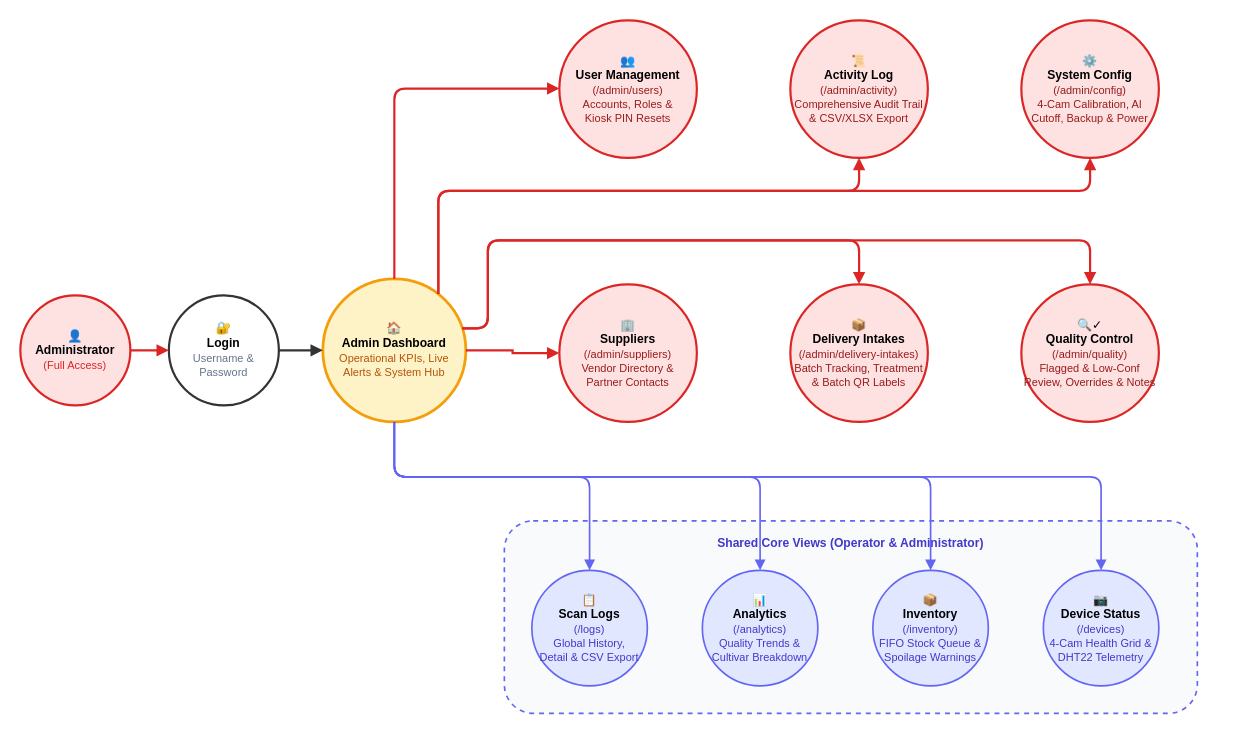
Earlier version of the draw.io diagram docs/bananavision-docs/docs/workflows/workflow_admin.drawio (BlackShark404/BananaVision). Source tidied: cells renumbered, new cells numbered last; positions are measured from the earlier drawing's top-left corner, leaving out a move shared by most shapes. Both pictures are drawn from the tidied source at 110%, with x=0, y=0 at pixel (20, 20).
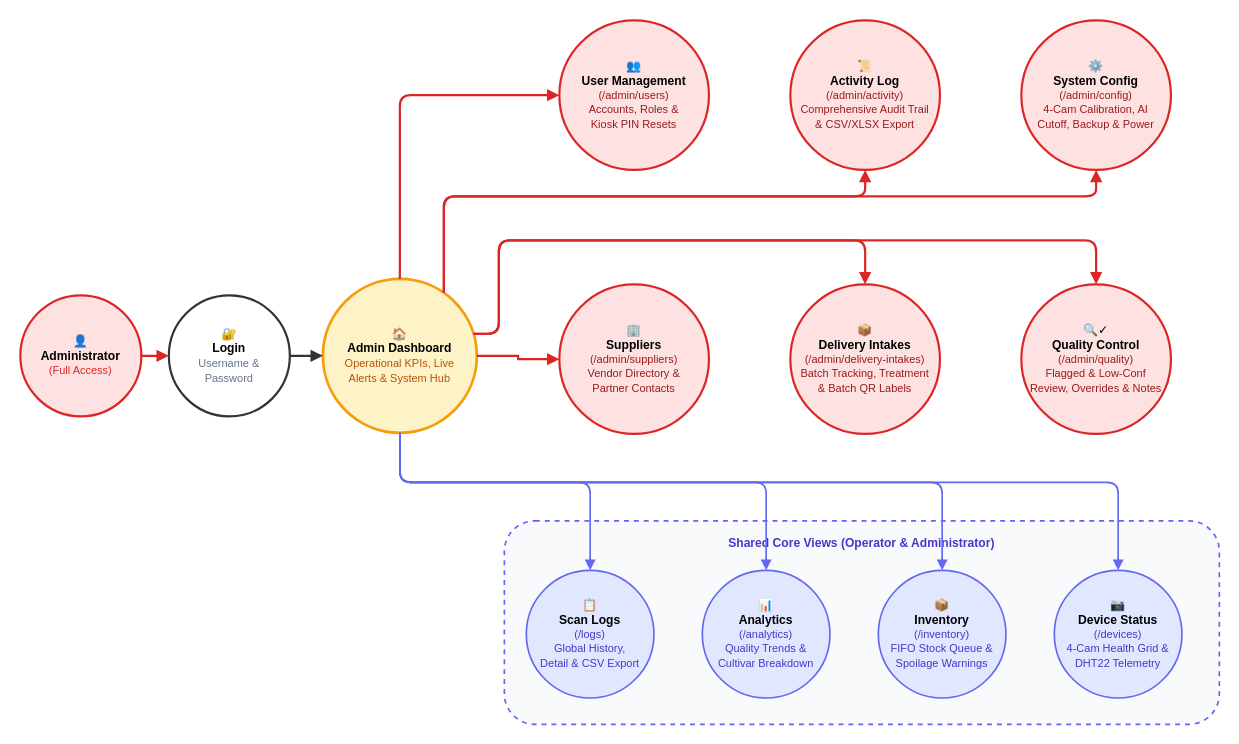
After the change.

Commit message (it also covers changes not shown here):
docs: update IoT and workflow diagram layouts and node dimensions

The edit, as a diff of the source:
```diff
@@
-    <mxCell id="2" value="👤&lt;br&gt;&lt;b&gt;Administrator&lt;/b&gt;&lt;br&gt;&lt;font color=&quot;#dc2626&quot; style=&quot;font-size: 10px;&quot;&gt;(Full Access)&lt;/font&gt;" style="ellipse;whiteSpace=wrap;html=1;fillColor=#fee2e2;strokeColor=#dc2626;strokeWidth=2;fontSize=11;" parent="1" vertex="1">
-      <mxGeometry y="250" width="100" height="100" as="geometry" />
+    <mxCell id="2" value="👤&lt;br&gt;&lt;b&gt;Administrator&lt;/b&gt;&lt;br&gt;&lt;font color=&quot;#dc2626&quot; style=&quot;font-size: 10px;&quot;&gt;(Full Access)&lt;/font&gt;" style="ellipse;whiteSpace=wrap;html=1;fillColor=#fee2e2;strokeColor=#dc2626;strokeWidth=2;fontSize=11;spacing=2;" parent="1" vertex="1">
+      <mxGeometry y="250" width="110" height="110" as="geometry" />
     </mxCell>
-    <mxCell id="3" value="🔐&lt;br&gt;&lt;b&gt;Login&lt;/b&gt;&lt;br&gt;&lt;font color=&quot;#64748b&quot; style=&quot;font-size: 10px;&quot;&gt;Username &amp;amp;&lt;br&gt;Password&lt;/font&gt;" style="ellipse;whiteSpace=wrap;html=1;fillColor=#ffffff;strokeColor=#333333;strokeWidth=2;fontSize=11;" parent="1" vertex="1">
-      <mxGeometry x="135" y="250" width="100" height="100" as="geometry" />
+    <mxCell id="3" value="🔐&lt;br&gt;&lt;b&gt;Login&lt;/b&gt;&lt;br&gt;&lt;font color=&quot;#64748b&quot; style=&quot;font-size: 10px;&quot;&gt;Username &amp;amp;&lt;br&gt;Password&lt;/font&gt;" style="ellipse;whiteSpace=wrap;html=1;fillColor=#ffffff;strokeColor=#333333;strokeWidth=2;fontSize=11;spacing=2;" parent="1" vertex="1">
+      <mxGeometry x="135" y="250" width="110" height="110" as="geometry" />
     </mxCell>
-    <mxCell id="4" value="🏠&lt;br&gt;&lt;b&gt;Admin Dashboard&lt;/b&gt;&lt;br&gt;&lt;font color=&quot;#b45309&quot; style=&quot;font-size: 10px;&quot;&gt;Operational KPIs, Live&lt;br&gt;Alerts &amp;amp; System Hub&lt;/font&gt;" style="ellipse;whiteSpace=wrap;html=1;fillColor=#fef3c7;strokeColor=#f59e0b;strokeWidth=2.5;fontSize=11;" parent="1" vertex="1">
-      <mxGeometry x="275" y="235" width="130" height="130" as="geometry" />
+    <mxCell id="4" value="🏠&lt;br&gt;&lt;b&gt;Admin Dashboard&lt;/b&gt;&lt;br&gt;&lt;font color=&quot;#b45309&quot; style=&quot;font-size: 10px;&quot;&gt;Operational KPIs, Live&lt;br&gt;Alerts &amp;amp; System Hub&lt;/font&gt;" style="ellipse;whiteSpace=wrap;html=1;fillColor=#fef3c7;strokeColor=#f59e0b;strokeWidth=2.5;fontSize=11;spacing=3;" parent="1" vertex="1">
+      <mxGeometry x="275" y="235" width="140" height="140" as="geometry" />
     </mxCell>
-    <mxCell id="5" value="👥&lt;br&gt;&lt;b&gt;User Management&lt;/b&gt;&lt;br&gt;&lt;font color=&quot;#991b1b&quot; style=&quot;font-size: 10px;&quot;&gt;(/admin/users)&lt;br&gt;Accounts, Roles &amp;amp;&lt;br&gt;Kiosk PIN Resets&lt;/font&gt;" style="ellipse;whiteSpace=wrap;html=1;fillColor=#fee2e2;strokeColor=#dc2626;strokeWidth=2;fontSize=11;" parent="1" vertex="1">
-      <mxGeometry x="490" width="125" height="125" as="geometry" />
+    <mxCell id="5" value="👥&lt;br&gt;&lt;b&gt;User Management&lt;/b&gt;&lt;br&gt;&lt;font color=&quot;#991b1b&quot; style=&quot;font-size: 10px;&quot;&gt;(/admin/users)&lt;br&gt;Accounts, Roles &amp;amp;&lt;br&gt;Kiosk PIN Resets&lt;/font&gt;" style="ellipse;whiteSpace=wrap;html=1;fillColor=#fee2e2;strokeColor=#dc2626;strokeWidth=2;fontSize=11;spacing=3;" parent="1" vertex="1">
+      <mxGeometry x="490" width="136" height="136" as="geometry" />
     </mxCell>
-    <mxCell id="6" value="📜&lt;br&gt;&lt;b&gt;Activity Log&lt;/b&gt;&lt;br&gt;&lt;font color=&quot;#991b1b&quot; style=&quot;font-size: 10px;&quot;&gt;(/admin/activity)&lt;br&gt;Comprehensive Audit Trail&lt;br&gt;&amp;amp; CSV/XLSX Export&lt;/font&gt;" style="ellipse;whiteSpace=wrap;html=1;fillColor=#fee2e2;strokeColor=#dc2626;strokeWidth=2;fontSize=11;" parent="1" vertex="1">
-      <mxGeometry x="700" width="125" height="125" as="geometry" />
+    <mxCell id="6" value="📜&lt;br&gt;&lt;b&gt;Activity Log&lt;/b&gt;&lt;br&gt;&lt;font color=&quot;#991b1b&quot; style=&quot;font-size: 10px;&quot;&gt;(/admin/activity)&lt;br&gt;Comprehensive Audit Trail&lt;br&gt;&amp;amp; CSV/XLSX Export&lt;/font&gt;" style="ellipse;whiteSpace=wrap;html=1;fillColor=#fee2e2;strokeColor=#dc2626;strokeWidth=2;fontSize=11;spacing=3;" parent="1" vertex="1">
+      <mxGeometry x="700" width="136" height="136" as="geometry" />
     </mxCell>
-    <mxCell id="7" value="⚙️&lt;br&gt;&lt;b&gt;System Config&lt;/b&gt;&lt;br&gt;&lt;font color=&quot;#991b1b&quot; style=&quot;font-size: 10px;&quot;&gt;(/admin/config)&lt;br&gt;4-Cam Calibration, AI&lt;br&gt;Cutoff, Backup &amp;amp; Power&lt;/font&gt;" style="ellipse;whiteSpace=wrap;html=1;fillColor=#fee2e2;strokeColor=#dc2626;strokeWidth=2;fontSize=11;" parent="1" vertex="1">
-      <mxGeometry x="910" width="125" height="125" as="geometry" />
+    <mxCell id="7" value="⚙️&lt;br&gt;&lt;b&gt;System Config&lt;/b&gt;&lt;br&gt;&lt;font color=&quot;#991b1b&quot; style=&quot;font-size: 10px;&quot;&gt;(/admin/config)&lt;br&gt;4-Cam Calibration, AI&lt;br&gt;Cutoff, Backup &amp;amp; Power&lt;/font&gt;" style="ellipse;whiteSpace=wrap;html=1;fillColor=#fee2e2;strokeColor=#dc2626;strokeWidth=2;fontSize=11;spacing=3;" parent="1" vertex="1">
+      <mxGeometry x="910" width="136" height="136" as="geometry" />
     </mxCell>
-    <mxCell id="8" value="🏢&lt;br&gt;&lt;b&gt;Suppliers&lt;/b&gt;&lt;br&gt;&lt;font color=&quot;#991b1b&quot; style=&quot;font-size: 10px;&quot;&gt;(/admin/suppliers)&lt;br&gt;Vendor Directory &amp;amp;&lt;br&gt;Partner Contacts&lt;/font&gt;" style="ellipse;whiteSpace=wrap;html=1;fillColor=#fee2e2;strokeColor=#dc2626;strokeWidth=2;fontSize=11;" parent="1" vertex="1">
-      <mxGeometry x="490" y="240" width="125" height="125" as="geometry" />
+    <mxCell id="8" value="🏢&lt;br&gt;&lt;b&gt;Suppliers&lt;/b&gt;&lt;br&gt;&lt;font color=&quot;#991b1b&quot; style=&quot;font-size: 10px;&quot;&gt;(/admin/suppliers)&lt;br&gt;Vendor Directory &amp;amp;&lt;br&gt;Partner Contacts&lt;/font&gt;" style="ellipse;whiteSpace=wrap;html=1;fillColor=#fee2e2;strokeColor=#dc2626;strokeWidth=2;fontSize=11;spacing=3;" parent="1" vertex="1">
+      <mxGeometry x="490" y="240" width="136" height="136" as="geometry" />
     </mxCell>
-    <mxCell id="9" value="📦&lt;br&gt;&lt;b&gt;Delivery Intakes&lt;/b&gt;&lt;br&gt;&lt;font color=&quot;#991b1b&quot; style=&quot;font-size: 10px;&quot;&gt;(/admin/delivery-intakes)&lt;br&gt;Batch Tracking, Treatment&lt;br&gt;&amp;amp; Batch QR Labels&lt;/font&gt;" style="ellipse;whiteSpace=wrap;html=1;fillColor=#fee2e2;strokeColor=#dc2626;strokeWidth=2;fontSize=11;" parent="1" vertex="1">
-      <mxGeometry x="700" y="240" width="125" height="125" as="geometry" />
+    <mxCell id="9" value="📦&lt;br&gt;&lt;b&gt;Delivery Intakes&lt;/b&gt;&lt;br&gt;&lt;font color=&quot;#991b1b&quot; style=&quot;font-size: 10px;&quot;&gt;(/admin/delivery-intakes)&lt;br&gt;Batch Tracking, Treatment&lt;br&gt;&amp;amp; Batch QR Labels&lt;/font&gt;" style="ellipse;whiteSpace=wrap;html=1;fillColor=#fee2e2;strokeColor=#dc2626;strokeWidth=2;fontSize=11;spacing=3;" parent="1" vertex="1">
+      <mxGeometry x="700" y="240" width="136" height="136" as="geometry" />
     </mxCell>
-    <mxCell id="10" value="🔍✓&lt;br&gt;&lt;b&gt;Quality Control&lt;/b&gt;&lt;br&gt;&lt;font color=&quot;#991b1b&quot; style=&quot;font-size: 10px;&quot;&gt;(/admin/quality)&lt;br&gt;Flagged &amp;amp; Low-Conf&lt;br&gt;Review, Overrides &amp;amp; Notes&lt;/font&gt;" style="ellipse;whiteSpace=wrap;html=1;fillColor=#fee2e2;strokeColor=#dc2626;strokeWidth=2;fontSize=11;" parent="1" vertex="1">
-      <mxGeometry x="910" y="240" width="125" height="125" as="geometry" />
+    <mxCell id="10" value="🔍✓&lt;br&gt;&lt;b&gt;Quality Control&lt;/b&gt;&lt;br&gt;&lt;font color=&quot;#991b1b&quot; style=&quot;font-size: 10px;&quot;&gt;(/admin/quality)&lt;br&gt;Flagged &amp;amp; Low-Conf&lt;br&gt;Review, Overrides &amp;amp; Notes&lt;/font&gt;" style="ellipse;whiteSpace=wrap;html=1;fillColor=#fee2e2;strokeColor=#dc2626;strokeWidth=2;fontSize=11;spacing=3;" parent="1" vertex="1">
+      <mxGeometry x="910" y="240" width="136" height="136" as="geometry" />
     </mxCell>
     <mxCell id="11" style="rounded=1;whiteSpace=wrap;html=1;fillColor=#f8fafc;strokeColor=#6366f1;strokeWidth=1.5;dashed=1;" parent="1" vertex="1">
-      <mxGeometry x="440" y="455" width="630" height="175" as="geometry" />
+      <mxGeometry x="440" y="455" width="650" height="185" as="geometry" />
     </mxCell>
     <mxCell id="12" value="&lt;b&gt;Shared Core Views (Operator &amp;amp; Administrator)&lt;/b&gt;" style="text;html=1;align=center;verticalAlign=middle;whiteSpace=wrap;rounded=0;fontSize=11;fontColor=#4338ca;" parent="1" vertex="1">
-      <mxGeometry x="590" y="465" width="330" height="20" as="geometry" />
+      <mxGeometry x="595" y="465" width="340" height="20" as="geometry" />
     </mxCell>
-    <mxCell id="13" value="📋&lt;br&gt;&lt;b&gt;Scan Logs&lt;/b&gt;&lt;br&gt;&lt;font color=&quot;#4338ca&quot; style=&quot;font-size: 10px;&quot;&gt;(/logs)&lt;br&gt;Global History,&lt;br&gt;Detail &amp;amp; CSV Export&lt;/font&gt;" style="ellipse;whiteSpace=wrap;html=1;fillColor=#e0e7ff;strokeColor=#6366f1;strokeWidth=1.5;fontSize=11;" parent="1" vertex="1">
-      <mxGeometry x="465" y="500" width="105" height="105" as="geometry" />
+    <mxCell id="13" value="📋&lt;br&gt;&lt;b&gt;Scan Logs&lt;/b&gt;&lt;br&gt;&lt;font color=&quot;#4338ca&quot; style=&quot;font-size: 10px;&quot;&gt;(/logs)&lt;br&gt;Global History,&lt;br&gt;Detail &amp;amp; CSV Export&lt;/font&gt;" style="ellipse;whiteSpace=wrap;html=1;fillColor=#e0e7ff;strokeColor=#6366f1;strokeWidth=1.5;fontSize=11;spacing=2;" parent="1" vertex="1">
+      <mxGeometry x="460" y="500" width="116" height="116" as="geometry" />
     </mxCell>
-    <mxCell id="14" value="📊&lt;br&gt;&lt;b&gt;Analytics&lt;/b&gt;&lt;br&gt;&lt;font color=&quot;#4338ca&quot; style=&quot;font-size: 10px;&quot;&gt;(/analytics)&lt;br&gt;Quality Trends &amp;amp;&lt;br&gt;Cultivar Breakdown&lt;/font&gt;" style="ellipse;whiteSpace=wrap;html=1;fillColor=#e0e7ff;strokeColor=#6366f1;strokeWidth=1.5;fontSize=11;" parent="1" vertex="1">
-      <mxGeometry x="620" y="500" width="105" height="105" as="geometry" />
+    <mxCell id="14" value="📊&lt;br&gt;&lt;b&gt;Analytics&lt;/b&gt;&lt;br&gt;&lt;font color=&quot;#4338ca&quot; style=&quot;font-size: 10px;&quot;&gt;(/analytics)&lt;br&gt;Quality Trends &amp;amp;&lt;br&gt;Cultivar Breakdown&lt;/font&gt;" style="ellipse;whiteSpace=wrap;html=1;fillColor=#e0e7ff;strokeColor=#6366f1;strokeWidth=1.5;fontSize=11;spacing=2;" parent="1" vertex="1">
+      <mxGeometry x="620" y="500" width="116" height="116" as="geometry" />
     </mxCell>
-    <mxCell id="15" value="📦&lt;br&gt;&lt;b&gt;Inventory&lt;/b&gt;&lt;br&gt;&lt;font color=&quot;#4338ca&quot; style=&quot;font-size: 10px;&quot;&gt;(/inventory)&lt;br&gt;FIFO Stock Queue &amp;amp;&lt;br&gt;Spoilage Warnings&lt;/font&gt;" style="ellipse;whiteSpace=wrap;html=1;fillColor=#e0e7ff;strokeColor=#6366f1;strokeWidth=1.5;fontSize=11;" parent="1" vertex="1">
-      <mxGeometry x="775" y="500" width="105" height="105" as="geometry" />
+    <mxCell id="15" value="📦&lt;br&gt;&lt;b&gt;Inventory&lt;/b&gt;&lt;br&gt;&lt;font color=&quot;#4338ca&quot; style=&quot;font-size: 10px;&quot;&gt;(/inventory)&lt;br&gt;FIFO Stock Queue &amp;amp;&lt;br&gt;Spoilage Warnings&lt;/font&gt;" style="ellipse;whiteSpace=wrap;html=1;fillColor=#e0e7ff;strokeColor=#6366f1;strokeWidth=1.5;fontSize=11;spacing=2;" parent="1" vertex="1">
+      <mxGeometry x="780" y="500" width="116" height="116" as="geometry" />
     </mxCell>
-    <mxCell id="16" value="📷&lt;br&gt;&lt;b&gt;Device Status&lt;/b&gt;&lt;br&gt;&lt;font color=&quot;#4338ca&quot; style=&quot;font-size: 10px;&quot;&gt;(/devices)&lt;br&gt;4-Cam Health Grid &amp;amp;&lt;br&gt;DHT22 Telemetry&lt;/font&gt;" style="ellipse;whiteSpace=wrap;html=1;fillColor=#e0e7ff;strokeColor=#6366f1;strokeWidth=1.5;fontSize=11;" parent="1" vertex="1">
-      <mxGeometry x="930" y="500" width="105" height="105" as="geometry" />
+    <mxCell id="16" value="📷&lt;br&gt;&lt;b&gt;Device Status&lt;/b&gt;&lt;br&gt;&lt;font color=&quot;#4338ca&quot; style=&quot;font-size: 10px;&quot;&gt;(/devices)&lt;br&gt;4-Cam Health Grid &amp;amp;&lt;br&gt;DHT22 Telemetry&lt;/font&gt;" style="ellipse;whiteSpace=wrap;html=1;fillColor=#e0e7ff;strokeColor=#6366f1;strokeWidth=1.5;fontSize=11;spacing=2;" parent="1" vertex="1">
+      <mxGeometry x="940" y="500" width="116" height="116" as="geometry" />
     </mxCell>
@@
     <mxCell id="19" style="edgeStyle=orthogonalEdgeStyle;rounded=1;jettySize=auto;html=1;strokeWidth=2;strokeColor=#dc2626;endArrow=block;endFill=1;" parent="1" edge="1" source="4" target="5">
       <mxGeometry relative="1" as="geometry">
         <Array as="points">
-          <mxPoint x="340" y="62" />
+          <mxPoint x="345" y="68" />
         </Array>
       </mxGeometry>
     </mxCell>
     <mxCell id="20" style="edgeStyle=orthogonalEdgeStyle;rounded=1;jettySize=auto;html=1;strokeWidth=2;strokeColor=#dc2626;endArrow=block;endFill=1;entryX=0.5;entryY=1;entryDx=0;entryDy=0;" parent="1" edge="1" source="4" target="6">
       <mxGeometry relative="1" as="geometry">
         <Array as="points">
-          <mxPoint x="380" y="155" />
-          <mxPoint x="763" y="155" />
+          <mxPoint x="385" y="160" />
+          <mxPoint x="768" y="160" />
         </Array>
       </mxGeometry>
     </mxCell>
     <mxCell id="21" style="edgeStyle=orthogonalEdgeStyle;rounded=1;jettySize=auto;html=1;strokeWidth=2;strokeColor=#dc2626;endArrow=block;endFill=1;entryX=0.5;entryY=1;entryDx=0;entryDy=0;" parent="1" edge="1" source="4" target="7">
       <mxGeometry relative="1" as="geometry">
         <Array as="points">
-          <mxPoint x="380" y="155" />
-          <mxPoint x="973" y="155" />
+          <mxPoint x="385" y="160" />
+          <mxPoint x="978" y="160" />
         </Array>
       </mxGeometry>
     </mxCell>
@@
     <mxCell id="23" style="edgeStyle=orthogonalEdgeStyle;rounded=1;jettySize=auto;html=1;strokeWidth=2;strokeColor=#dc2626;endArrow=block;endFill=1;entryX=0.5;entryY=0;entryDx=0;entryDy=0;" parent="1" edge="1" source="4" target="9">
       <mxGeometry relative="1" as="geometry">
         <Array as="points">
-          <mxPoint x="425" y="280" />
-          <mxPoint x="425" y="200" />
-          <mxPoint x="763" y="200" />
+          <mxPoint x="435" y="285" />
+          <mxPoint x="435" y="200" />
+          <mxPoint x="768" y="200" />
         </Array>
       </mxGeometry>
     </mxCell>
     <mxCell id="24" style="edgeStyle=orthogonalEdgeStyle;rounded=1;jettySize=auto;html=1;strokeWidth=2;strokeColor=#dc2626;endArrow=block;endFill=1;entryX=0.5;entryY=0;entryDx=0;entryDy=0;" parent="1" edge="1" source="4" target="10">
       <mxGeometry relative="1" as="geometry">
         <Array as="points">
-          <mxPoint x="425" y="280" />
-          <mxPoint x="425" y="200" />
-          <mxPoint x="973" y="200" />
+          <mxPoint x="435" y="285" />
+          <mxPoint x="435" y="200" />
+          <mxPoint x="978" y="200" />
         </Array>
       </mxGeometry>
     </mxCell>
     <mxCell id="25" style="edgeStyle=orthogonalEdgeStyle;rounded=1;jettySize=auto;html=1;strokeWidth=1.5;strokeColor=#6366f1;strokeDasharray=4 4;endArrow=block;endFill=1;entryX=0.5;entryY=0;entryDx=0;entryDy=0;" parent="1" edge="1" source="4" target="13">
       <mxGeometry relative="1" as="geometry">
         <Array as="points">
-          <mxPoint x="340" y="415" />
-          <mxPoint x="518" y="415" />
+          <mxPoint x="345" y="420" />
+          <mxPoint x="518" y="420" />
         </Array>
       </mxGeometry>
     </mxCell>
     <mxCell id="26" style="edgeStyle=orthogonalEdgeStyle;rounded=1;jettySize=auto;html=1;strokeWidth=1.5;strokeColor=#6366f1;strokeDasharray=4 4;endArrow=block;endFill=1;entryX=0.5;entryY=0;entryDx=0;entryDy=0;" parent="1" edge="1" source="4" target="14">
       <mxGeometry relative="1" as="geometry">
         <Array as="points">
-          <mxPoint x="340" y="415" />
-          <mxPoint x="673" y="415" />
+          <mxPoint x="345" y="420" />
+          <mxPoint x="678" y="420" />
         </Array>
       </mxGeometry>
     </mxCell>
     <mxCell id="27" style="edgeStyle=orthogonalEdgeStyle;rounded=1;jettySize=auto;html=1;strokeWidth=1.5;strokeColor=#6366f1;strokeDasharray=4 4;endArrow=block;endFill=1;entryX=0.5;entryY=0;entryDx=0;entryDy=0;" parent="1" edge="1" source="4" target="15">
       <mxGeometry relative="1" as="geometry">
         <Array as="points">
-          <mxPoint x="340" y="415" />
-          <mxPoint x="828" y="415" />
+          <mxPoint x="345" y="420" />
+          <mxPoint x="838" y="420" />
         </Array>
       </mxGeometry>
     </mxCell>
     <mxCell id="28" style="edgeStyle=orthogonalEdgeStyle;rounded=1;jettySize=auto;html=1;strokeWidth=1.5;strokeColor=#6366f1;strokeDasharray=4 4;endArrow=block;endFill=1;entryX=0.5;entryY=0;entryDx=0;entryDy=0;" parent="1" edge="1" source="4" target="16">
       <mxGeometry relative="1" as="geometry">
         <Array as="points">
-          <mxPoint x="340" y="415" />
-          <mxPoint x="983" y="415" />
+          <mxPoint x="345" y="420" />
+          <mxPoint x="998" y="420" />
         </Array>
       </mxGeometry>
     </mxCell>
```
